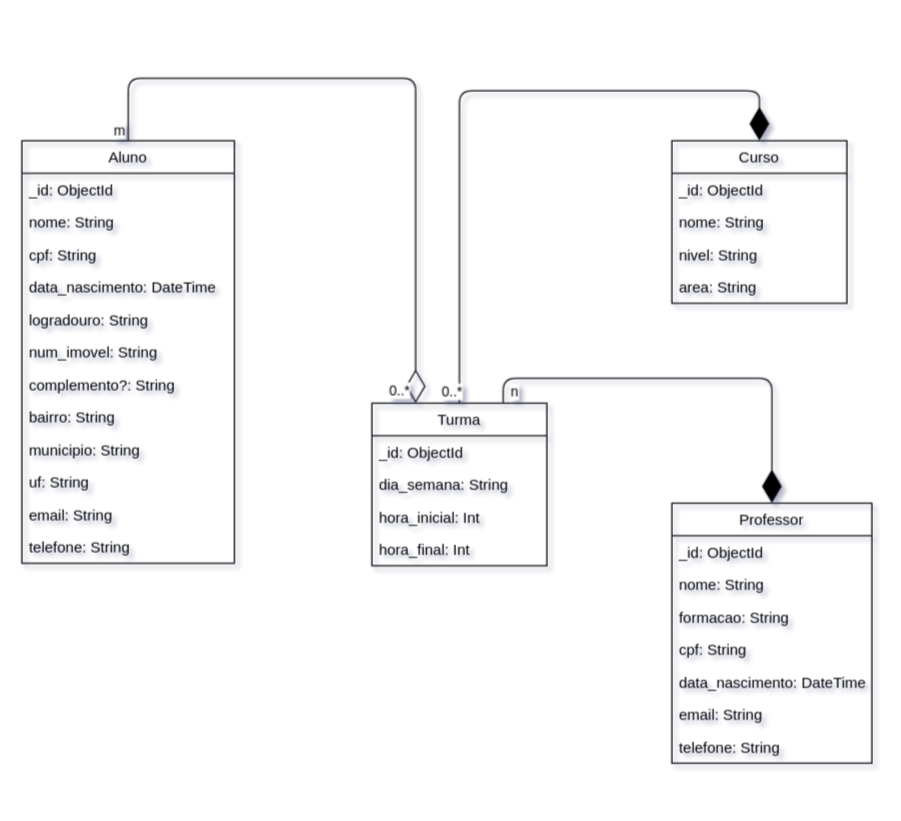
The draw.io diagram docs/modelagem-bd.drawio in bruuno1994/bn-not-2023-2, before the edit. Source tidied: cells renumbered, new cells numbered last; positions are measured from the earlier drawing's top-left corner, leaving out a move shared by most shapes. Both pictures are drawn from the tidied source at 125%, with x=0, y=0 at pixel (21, 78).
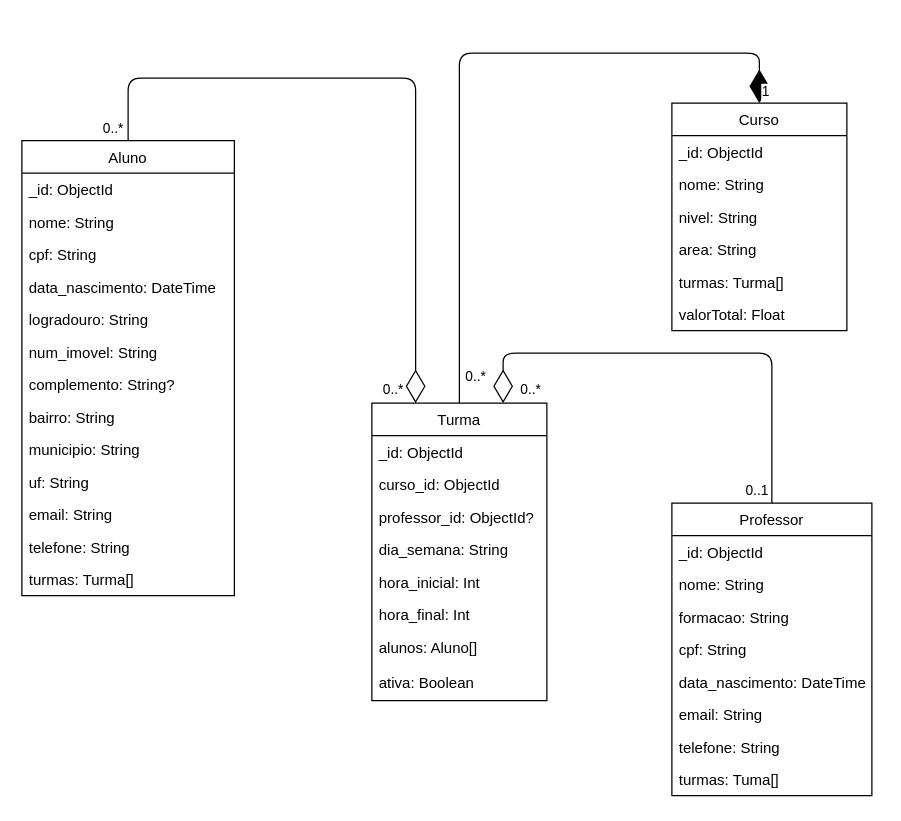
Above is the later version.

The change refers to these unchanged cells:
```xml
<mxCell id="37" style="endArrow=diamondThin;endFill=0;endSize=24;html=1;entryX=0.25;entryY=0;entryDx=0;entryDy=0;edgeStyle=orthogonalEdgeStyle;exitX=0.5;exitY=0;exitDx=0;exitDy=0;" parent="1" edge="1" source="2" target="20">
  <mxGeometry relative="1" as="geometry">
    <Array as="points">
      <mxPoint x="85" />
      <mxPoint x="315" />
    </Array>
  </mxGeometry>
</mxCell>
```

The edit, as a diff of the source:
```diff
@@
-<mxGraphModel background="#FFFFFF" shadow="1">
+<mxGraphModel>
@@
     <mxCell id="2" value="Aluno" style="swimlane;fontStyle=0;horizontal=1;startSize=26;fillColor=none;" parent="1" vertex="1">
-      <mxGeometry y="50" width="170" height="338" as="geometry" />
+      <mxGeometry y="50" width="170" height="364" as="geometry" />
     </mxCell>
@@
-    <mxCell id="9" value="complemento?: String" style="text;strokeColor=none;fillColor=none;align=left;verticalAlign=top;spacingLeft=4;spacingRight=4;overflow=hidden;" parent="2" vertex="1">
+    <mxCell id="9" value="complemento: String?&#10;" style="text;strokeColor=none;fillColor=none;align=left;verticalAlign=top;spacingLeft=4;spacingRight=4;overflow=hidden;" parent="2" vertex="1">
       <mxGeometry y="182" width="170" height="26" as="geometry" />
     </mxCell>
@@
+    <mxCell id="40" value="telefone: String" style="text;strokeColor=none;fillColor=none;align=left;verticalAlign=top;spacingLeft=4;spacingRight=4;overflow=hidden;" parent="2" vertex="1">
+      <mxGeometry y="312" width="170" height="26" as="geometry" />
+    </mxCell>
-    <mxCell id="14" value="telefone: String" style="text;strokeColor=none;fillColor=none;align=left;verticalAlign=top;spacingLeft=4;spacingRight=4;overflow=hidden;" parent="2" vertex="1">
-      <mxGeometry y="312" width="170" height="26" as="geometry" />
+    <mxCell id="14" value="turmas: Turma[]" style="text;strokeColor=none;fillColor=none;align=left;verticalAlign=top;spacingLeft=4;spacingRight=4;overflow=hidden;" parent="2" vertex="1">
+      <mxGeometry y="338" width="170" height="26" as="geometry" />
     </mxCell>
     <mxCell id="15" value="Curso" style="swimlane;fontStyle=0;horizontal=1;startSize=26;fillColor=none;" parent="1" vertex="1">
-      <mxGeometry x="520" y="50" width="140" height="130" as="geometry" />
+      <mxGeometry x="520" y="20" width="140" height="182" as="geometry" />
     </mxCell>
@@
+    <mxCell id="41" value="turmas: Turma[]" style="text;strokeColor=none;fillColor=none;align=left;verticalAlign=top;spacingLeft=4;spacingRight=4;overflow=hidden;" parent="15" vertex="1">
+      <mxGeometry y="130" width="140" height="26" as="geometry" />
+    </mxCell>
+    <mxCell id="42" value="valorTotal: Float" style="text;strokeColor=none;fillColor=none;align=left;verticalAlign=top;spacingLeft=4;spacingRight=4;overflow=hidden;" parent="15" vertex="1">
+      <mxGeometry y="156" width="140" height="26" as="geometry" />
+    </mxCell>
     <mxCell id="20" value="Turma" style="swimlane;fontStyle=0;horizontal=1;startSize=26;fillColor=none;" parent="1" vertex="1">
-      <mxGeometry x="280" y="260" width="140" height="130" as="geometry" />
+      <mxGeometry x="280" y="260" width="140" height="238" as="geometry" />
     </mxCell>
@@
+    <mxCell id="43" value="curso_id: ObjectId" style="text;strokeColor=none;fillColor=none;align=left;verticalAlign=top;spacingLeft=4;spacingRight=4;overflow=hidden;" parent="20" vertex="1">
+      <mxGeometry y="52" width="140" height="26" as="geometry" />
+    </mxCell>
+    <mxCell id="44" value="professor_id: ObjectId?" style="text;strokeColor=none;fillColor=none;align=left;verticalAlign=top;spacingLeft=4;spacingRight=4;overflow=hidden;" parent="20" vertex="1">
+      <mxGeometry y="78" width="140" height="26" as="geometry" />
+    </mxCell>
     <mxCell id="22" value="dia_semana: String" style="text;strokeColor=none;fillColor=none;align=left;verticalAlign=top;spacingLeft=4;spacingRight=4;overflow=hidden;" parent="20" vertex="1">
-      <mxGeometry y="52" width="140" height="26" as="geometry" />
+      <mxGeometry y="104" width="140" height="26" as="geometry" />
     </mxCell>
     <mxCell id="23" value="hora_inicial: Int" style="text;strokeColor=none;fillColor=none;align=left;verticalAlign=top;spacingLeft=4;spacingRight=4;overflow=hidden;" parent="20" vertex="1">
-      <mxGeometry y="78" width="140" height="26" as="geometry" />
+      <mxGeometry y="130" width="140" height="26" as="geometry" />
     </mxCell>
     <mxCell id="24" value="hora_final: Int" style="text;strokeColor=none;fillColor=none;align=left;verticalAlign=top;spacingLeft=4;spacingRight=4;overflow=hidden;" parent="20" vertex="1">
-      <mxGeometry y="104" width="140" height="26" as="geometry" />
+      <mxGeometry y="156" width="140" height="26" as="geometry" />
     </mxCell>
+    <mxCell id="45" value="alunos: Aluno[]" style="text;strokeColor=none;fillColor=none;align=left;verticalAlign=top;spacingLeft=4;spacingRight=4;overflow=hidden;" parent="20" vertex="1">
+      <mxGeometry y="182" width="140" height="28" as="geometry" />
+    </mxCell>
+    <mxCell id="46" value="ativa: Boolean" style="text;strokeColor=none;fillColor=none;align=left;verticalAlign=top;spacingLeft=4;spacingRight=4;overflow=hidden;" parent="20" vertex="1">
+      <mxGeometry y="210" width="140" height="28" as="geometry" />
+    </mxCell>
     <mxCell id="25" value="Professor" style="swimlane;fontStyle=0;horizontal=1;startSize=26;fillColor=none;" parent="1" vertex="1">
-      <mxGeometry x="520" y="340" width="160" height="208" as="geometry" />
+      <mxGeometry x="520" y="340" width="160" height="234" as="geometry" />
     </mxCell>
@@
-    <mxCell id="33" style="endArrow=diamondThin;endFill=1;endSize=24;html=1;entryX=0.5;entryY=0;entryDx=0;entryDy=0;edgeStyle=orthogonalEdgeStyle;exitX=0.75;exitY=0;exitDx=0;exitDy=0;" parent="1" edge="1" source="20" target="25">
-      <mxGeometry relative="1" as="geometry">
-        <Array as="points">
-          <mxPoint x="385" y="240" />
-          <mxPoint x="600" y="240" />
-        </Array>
-      </mxGeometry>
-    </mxCell>
-    <mxCell id="34" value="n" style="edgeLabel;html=1;align=center;verticalAlign=middle;" parent="33" vertex="1">
-      <mxGeometry x="-0.34" y="-2" relative="1" as="geometry">
-        <mxPoint x="-83" y="8" as="offset" />
-      </mxGeometry>
-    </mxCell>
+    <mxCell id="47" value="turmas: Tuma[]" style="text;strokeColor=none;fillColor=none;align=left;verticalAlign=top;spacingLeft=4;spacingRight=4;overflow=hidden;" parent="25" vertex="1">
+      <mxGeometry y="208" width="160" height="26" as="geometry" />
+    </mxCell>
     <mxCell id="35" style="endArrow=diamondThin;endFill=1;endSize=24;html=1;entryX=0.5;entryY=0;entryDx=0;entryDy=0;edgeStyle=orthogonalEdgeStyle;exitX=0.5;exitY=0;exitDx=0;exitDy=0;" parent="1" edge="1" source="20" target="15">
       <mxGeometry relative="1" as="geometry">
         <Array as="points">
-          <mxPoint x="350" y="10" />
-          <mxPoint x="590" y="10" />
+          <mxPoint x="350" y="-20" />
+          <mxPoint x="590" y="-20" />
         </Array>
       </mxGeometry>
     </mxCell>
     <mxCell id="36" value="0..*" style="edgeLabel;html=1;align=center;verticalAlign=middle;" parent="35" vertex="1">
       <mxGeometry x="-0.34" y="-2" relative="1" as="geometry">
-        <mxPoint x="-9" y="165" as="offset" />
+        <mxPoint x="10" y="163" as="offset" />
       </mxGeometry>
     </mxCell>
+    <mxCell id="48" value="1" style="edgeLabel;html=1;align=center;verticalAlign=middle;" parent="35" vertex="1">
+      <mxGeometry x="0.45" relative="1" as="geometry">
+        <mxPoint x="118" y="30" as="offset" />
+      </mxGeometry>
+    </mxCell>
@@
-    <mxCell id="38" value="m" style="edgeLabel;html=1;align=center;verticalAlign=middle;" parent="37" vertex="1">
+    <mxCell id="38" value="0..*" style="edgeLabel;html=1;align=center;verticalAlign=middle;" parent="37" vertex="1">
       <mxGeometry x="-0.29" y="1" relative="1" as="geometry">
-        <mxPoint x="-150" y="42" as="offset" />
+        <mxPoint x="-155" y="40" as="offset" />
       </mxGeometry>
     </mxCell>
     <mxCell id="39" value="0..*" style="edgeLabel;html=1;align=center;verticalAlign=middle;" parent="37" vertex="1">
       <mxGeometry x="-0.47" relative="1" as="geometry">
-        <mxPoint x="123" y="249" as="offset" />
+        <mxPoint x="118" y="248" as="offset" />
       </mxGeometry>
     </mxCell>
+    <mxCell id="49" style="endArrow=diamondThin;endFill=0;endSize=24;html=1;exitX=0.5;exitY=0;exitDx=0;exitDy=0;edgeStyle=orthogonalEdgeStyle;entryX=0.75;entryY=0;entryDx=0;entryDy=0;" parent="1" edge="1" source="25" target="20">
+      <mxGeometry relative="1" as="geometry">
+        <Array as="points">
+          <mxPoint x="600" y="220" />
+          <mxPoint x="385" y="220" />
+        </Array>
+      </mxGeometry>
+    </mxCell>
+    <mxCell id="50" value="0..1" style="edgeLabel;html=1;align=center;verticalAlign=middle;" parent="49" vertex="1">
+      <mxGeometry x="0.11" y="3" relative="1" as="geometry">
+        <mxPoint x="75" y="106" as="offset" />
+      </mxGeometry>
+    </mxCell>
+    <mxCell id="51" value="0..*" style="edgeLabel;html=1;align=center;verticalAlign=middle;" parent="49" vertex="1">
+      <mxGeometry x="0.1" relative="1" as="geometry">
+        <mxPoint x="-108" y="28" as="offset" />
+      </mxGeometry>
+    </mxCell>
```
